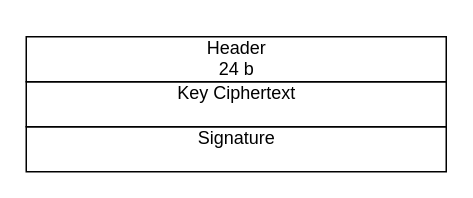
Earlier version of the draw.io diagram pictures/serverinitt.drawio (SamoKopecky/diploma-thesis-latex). Source tidied: cells renumbered, new cells numbered last; positions are measured from the earlier drawing's top-left corner, leaving out a move shared by most shapes. Both pictures are drawn from the tidied source at 150%, with x=0, y=0 at pixel (26, 26).
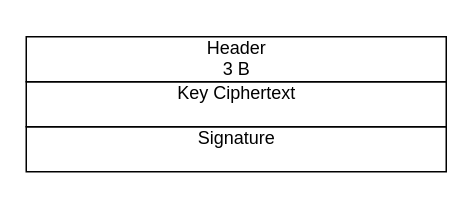
Above is the later version.

What changed in the source:
```diff
@@
 <mxGraphModel>
   <root>
     <mxCell id="0" />
     <mxCell id="1" parent="0" />
     <mxCell id="2" style="rounded=0;whiteSpace=wrap;html=1;fillColor=none;" parent="1" vertex="1">
       <mxGeometry y="67" width="280" height="30" as="geometry" />
     </mxCell>
     <mxCell id="3" style="group;" parent="1" vertex="1">
       <mxGeometry width="280" height="74" as="geometry" />
     </mxCell>
     <mxCell id="4" style="rounded=0;whiteSpace=wrap;html=1;fillColor=none;" parent="3" vertex="1">
       <mxGeometry y="7" width="280" height="30" as="geometry" />
     </mxCell>
     <mxCell id="5" value="&lt;span style=&quot;&quot;&gt;Header&lt;br&gt;&lt;/span&gt;" style="text;html=1;align=center;verticalAlign=middle;strokeColor=none;fillColor=none;" parent="3" vertex="1">
       <mxGeometry x="110" width="60" height="30" as="geometry" />
     </mxCell>
     <mxCell id="6" style="rounded=0;whiteSpace=wrap;html=1;fillColor=none;" parent="3" vertex="1">
       <mxGeometry y="37" width="280" height="30" as="geometry" />
     </mxCell>
     <mxCell id="7" value="&lt;span style=&quot;&quot;&gt;Key Ciphertext&lt;br&gt;&lt;/span&gt;" style="text;html=1;align=center;verticalAlign=middle;strokeColor=none;fillColor=none;" parent="3" vertex="1">
       <mxGeometry x="90" y="30" width="100" height="30" as="geometry" />
     </mxCell>
-    <mxCell id="8" value="24 b" style="text;html=1;align=center;verticalAlign=middle;strokeColor=none;fillColor=none;" parent="3" vertex="1">
-      <mxGeometry x="115" y="14" width="50" height="30" as="geometry" />
+    <mxCell id="8" value="3 B" style="text;html=1;align=center;verticalAlign=middle;strokeColor=none;fillColor=none;" parent="3" vertex="1">
+      <mxGeometry x="120" y="14" width="40" height="30" as="geometry" />
     </mxCell>
     <mxCell id="9" value="&lt;span style=&quot;&quot;&gt;Signature&lt;br&gt;&lt;/span&gt;" style="text;html=1;align=center;verticalAlign=middle;strokeColor=none;fillColor=none;" parent="1" vertex="1">
       <mxGeometry x="105" y="60" width="70" height="30" as="geometry" />
     </mxCell>
   </root>
 </mxGraphModel>
```
